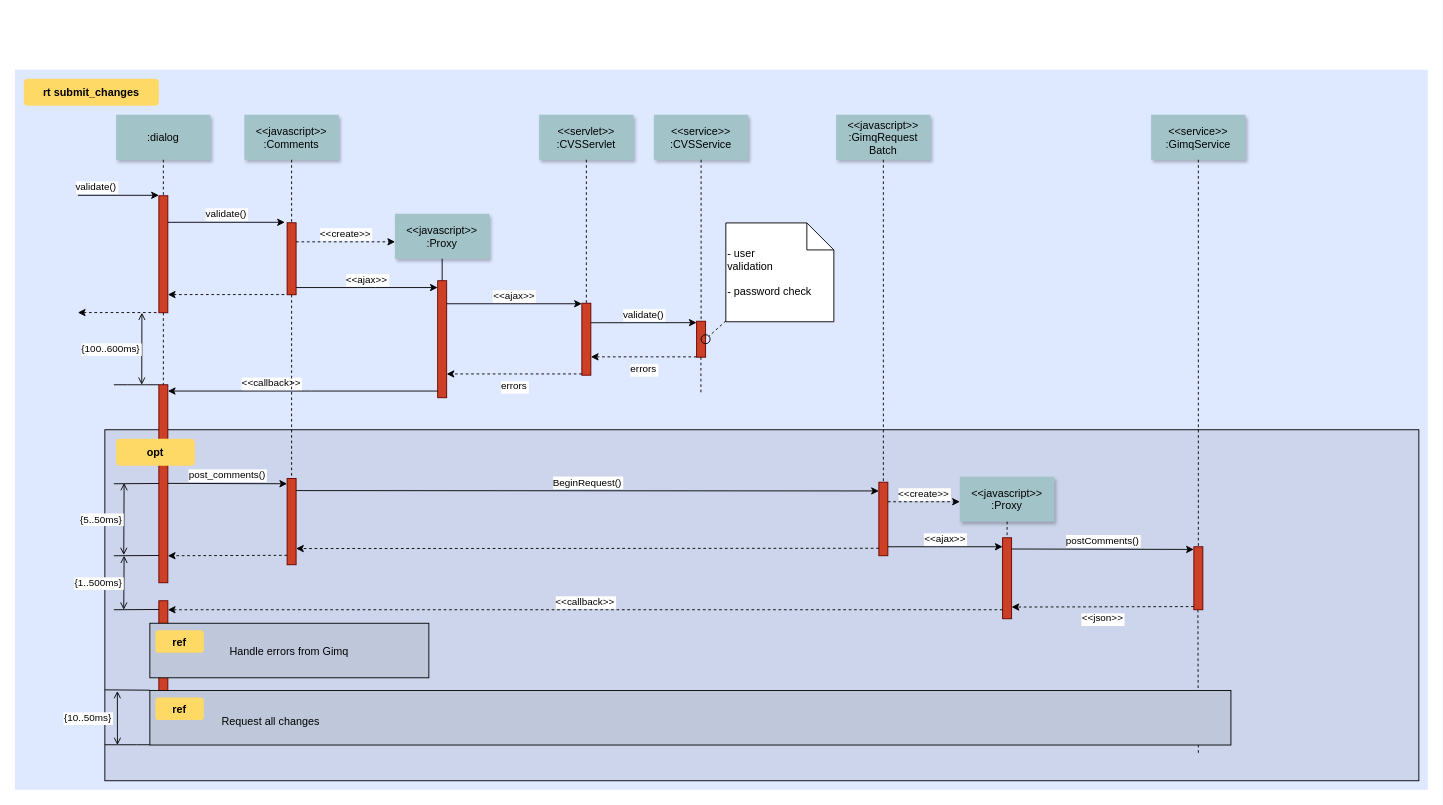
Earlier version of the draw.io diagram Untitled Diagram.drawio (221770490011111/bhy). Source tidied: cells renumbered, new cells numbered last; positions are measured from the earlier drawing's top-left corner, leaving out a move shared by most shapes. Both pictures are drawn from the tidied source at 90%, with x=0, y=0 at pixel (14, 69).
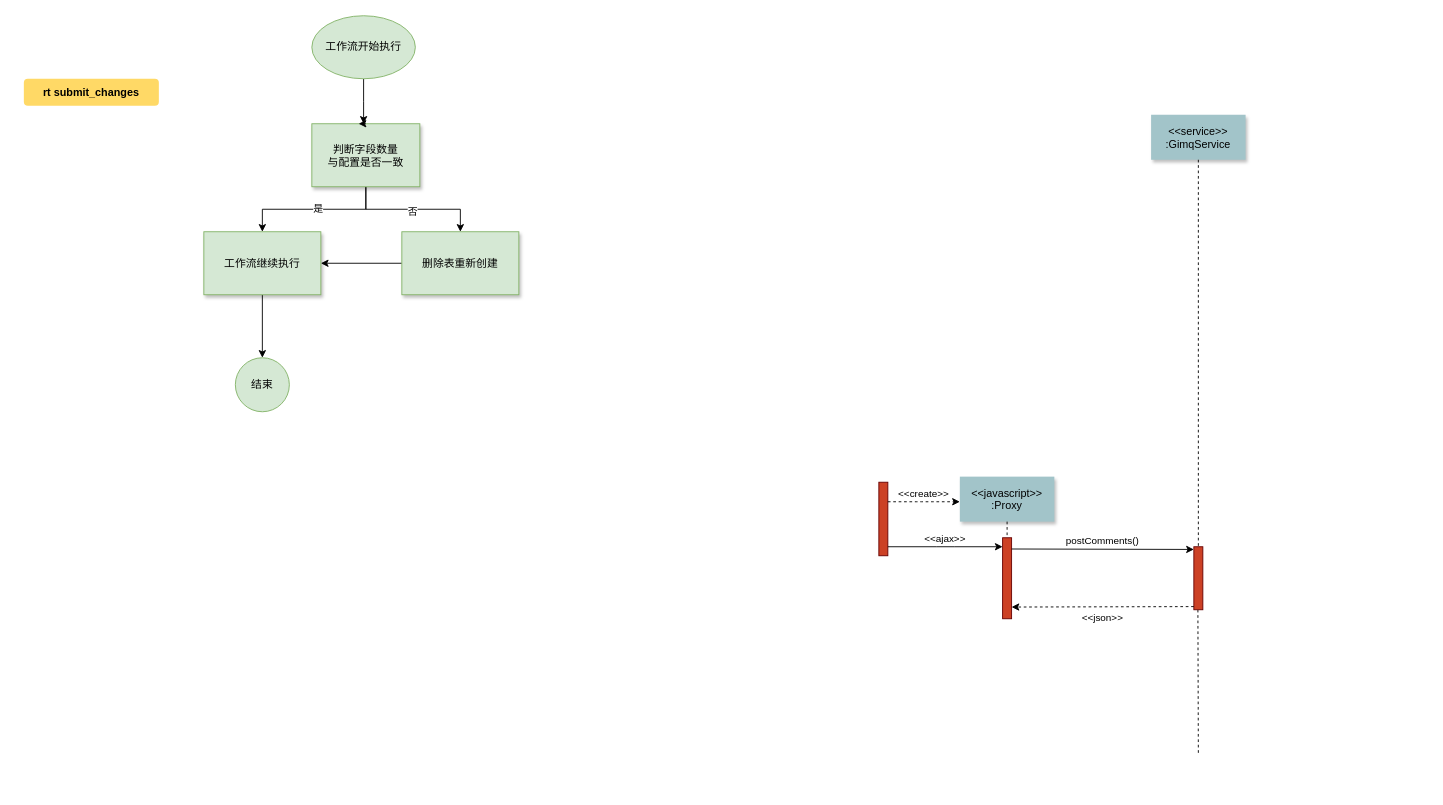
Above is the later version.

The change refers to these unchanged cells:
```xml
<mxCell id="41" style="fillColor=#CC4125;strokeColor=#660000;" parent="1" vertex="1">
  <mxGeometry x="960" y="458.3" width="10" height="81.7" as="geometry" />
</mxCell>
<mxCell id="49" style="fillColor=#CC4125;strokeColor=#660000;" parent="1" vertex="1">
  <mxGeometry x="1097.5" y="520" width="10" height="90" as="geometry" />
</mxCell>
```

The edit, as a diff of the source:
```diff
@@
-    <mxCell id="2" style="fillColor=#DEE8FF;strokeColor=none;" parent="1" vertex="1">
-      <mxGeometry width="1570" height="800" as="geometry" />
-    </mxCell>
-    <mxCell id="3" style="fillColor=#CCD5EB;" parent="1" vertex="1">
-      <mxGeometry x="100" y="400" width="1460" height="390" as="geometry" />
-    </mxCell>
@@
-    <mxCell id="5" style="fillColor=#CC4125;strokeColor=#660000;" parent="1" vertex="1">
-      <mxGeometry x="160" y="140" width="10" height="130" as="geometry" />
-    </mxCell>
-    <mxCell id="6" value="validate()" style="edgeStyle=none;verticalLabelPosition=top;verticalAlign=bottom;labelPosition=left;align=right;" parent="1" edge="1">
-      <mxGeometry x="110" y="49.5" as="geometry">
-        <mxPoint x="70" y="139.5" as="sourcePoint" />
-        <mxPoint x="160" y="139.5" as="targetPoint" />
-      </mxGeometry>
-    </mxCell>
-    <mxCell id="7" value=":dialog" style="shadow=1;fillColor=#A2C4C9;strokeColor=none;" parent="1" vertex="1">
-      <mxGeometry x="112.5" y="50" width="105" height="50" as="geometry" />
-    </mxCell>
-    <mxCell id="8" style="fillColor=#CC4125;strokeColor=#660000;" parent="1" vertex="1">
-      <mxGeometry x="302.5" y="170" width="10" height="80" as="geometry" />
-    </mxCell>
-    <mxCell id="9" value="&lt;&lt;javascript&gt;&gt;&#10;:Comments" style="shadow=1;fillColor=#A2C4C9;strokeColor=none;" parent="1" vertex="1">
-      <mxGeometry x="255" y="50" width="105" height="50" as="geometry" />
-    </mxCell>
-    <mxCell id="10" style="edgeStyle=none;endArrow=none;dashed=1;" parent="1" edge="1" source="9" target="8">
-      <mxGeometry x="272.3" y="165" as="geometry" />
-    </mxCell>
-    <mxCell id="11" value="validate()" style="edgeStyle=none;verticalLabelPosition=top;verticalAlign=bottom;" parent="1" edge="1">
-      <mxGeometry x="220" y="92" as="geometry">
-        <mxPoint x="170" y="169.5" as="sourcePoint" />
-        <mxPoint x="300" y="169.5" as="targetPoint" />
-      </mxGeometry>
-    </mxCell>
-    <mxCell id="12" style="edgeStyle=none;verticalLabelPosition=top;verticalAlign=bottom;endArrow=none;startArrow=classic;dashed=1;" parent="1" edge="1">
-      <mxGeometry x="220" y="172.3" as="geometry">
-        <mxPoint x="170" y="249.8" as="sourcePoint" />
-        <mxPoint x="300" y="249.8" as="targetPoint" />
-      </mxGeometry>
-    </mxCell>
-    <mxCell id="13" style="edgeStyle=none;verticalLabelPosition=top;verticalAlign=bottom;labelPosition=left;align=right;endArrow=none;startArrow=classic;dashed=1;" parent="1" edge="1">
-      <mxGeometry x="110" y="179.8" as="geometry">
-        <mxPoint x="70" y="269.8" as="sourcePoint" />
-        <mxPoint x="160" y="269.8" as="targetPoint" />
-      </mxGeometry>
-    </mxCell>
-    <mxCell id="14" value="&lt;&lt;create&gt;&gt;" style="edgeStyle=none;verticalLabelPosition=top;verticalAlign=bottom;dashed=1;" parent="1" edge="1">
-      <mxGeometry x="385.5" y="113.9" as="geometry">
-        <mxPoint x="312.5" y="191.2" as="sourcePoint" />
-        <mxPoint x="422.5" y="191.2" as="targetPoint" />
-      </mxGeometry>
-    </mxCell>
-    <mxCell id="15" value="&lt;&lt;javascript&gt;&gt;&#10;:Proxy" style="shadow=1;fillColor=#A2C4C9;strokeColor=none;" parent="1" vertex="1">
-      <mxGeometry x="422.3" y="160" width="105" height="50" as="geometry" />
-    </mxCell>
-    <mxCell id="16" style="edgeStyle=none;endArrow=none;" parent="1" edge="1" source="15" target="17">
-      <mxGeometry x="437" y="270" as="geometry" />
-    </mxCell>
-    <mxCell id="17" style="fillColor=#CC4125;strokeColor=#660000;" parent="1" vertex="1">
-      <mxGeometry x="469.8" y="234.4" width="10" height="130" as="geometry" />
-    </mxCell>
-    <mxCell id="18" value="&lt;&lt;ajax&gt;&gt;" style="edgeStyle=elbowEdgeStyle;elbow=vertical;verticalLabelPosition=top;verticalAlign=bottom;" parent="1" edge="1" source="8" target="17">
-      <mxGeometry x="350" y="290" as="geometry" />
-    </mxCell>
-    <mxCell id="19" style="fillColor=#CC4125;strokeColor=#660000;" parent="1" vertex="1">
-      <mxGeometry x="630" y="259.4" width="10" height="80" as="geometry" />
-    </mxCell>
+    <mxCell id="75" style="edgeStyle=orthogonalEdgeStyle;rounded=0;jettySize=auto;html=1;entryX=0.5;entryY=0;entryDx=0;entryDy=0;" parent="1" edge="1" source="20" target="82">
+      <mxGeometry relative="1" as="geometry" />
+    </mxCell>
+    <mxCell id="76" value="是" style="edgeLabel;html=1;align=center;verticalAlign=middle;" parent="75" vertex="1">
+      <mxGeometry x="-0.04" y="-1" relative="1" as="geometry" />
+    </mxCell>
+    <mxCell id="77" style="edgeStyle=orthogonalEdgeStyle;rounded=0;jettySize=auto;html=1;entryX=0.5;entryY=0;entryDx=0;entryDy=0;" parent="1" edge="1" source="20" target="85">
+      <mxGeometry relative="1" as="geometry" />
+    </mxCell>
+    <mxCell id="78" value="否" style="edgeLabel;html=1;align=center;verticalAlign=middle;" parent="77" vertex="1">
+      <mxGeometry x="-0.02" y="-2" relative="1" as="geometry" />
+    </mxCell>
-    <mxCell id="20" value="&lt;&lt;servlet&gt;&gt;&#10;:CVSServlet" style="shadow=1;fillColor=#A2C4C9;strokeColor=none;" parent="1" vertex="1">
-      <mxGeometry x="582.5" y="50" width="105" height="50" as="geometry" />
+    <mxCell id="20" value="判断字段数量&#10;与配置是否一致" style="shadow=1;fillColor=#d5e8d4;strokeColor=#82b366;" parent="1" vertex="1">
+      <mxGeometry x="330" y="60" width="120" height="70" as="geometry" />
     </mxCell>
-    <mxCell id="21" style="edgeStyle=none;endArrow=none;dashed=1;" parent="1" edge="1" source="20" target="19">
-      <mxGeometry x="614.5" y="175" as="geometry" />
-    </mxCell>
-    <mxCell id="22" value="&lt;&lt;service&gt;&gt;&#10;:CVSService" style="shadow=1;fillColor=#A2C4C9;strokeColor=none;" parent="1" vertex="1">
-      <mxGeometry x="710" y="50" width="105" height="50" as="geometry" />
-    </mxCell>
-    <mxCell id="23" style="edgeStyle=none;endArrow=none;dashed=1;" parent="1" edge="1" source="22" target="24">
-      <mxGeometry x="727.3" y="165" as="geometry" />
-    </mxCell>
-    <mxCell id="24" style="fillColor=#CC4125;strokeColor=#660000;" parent="1" vertex="1">
-      <mxGeometry x="757.5" y="279.4" width="10" height="40" as="geometry" />
-    </mxCell>
-    <mxCell id="25" value="&lt;&lt;ajax&gt;&gt;" style="edgeStyle=elbowEdgeStyle;elbow=vertical;verticalLabelPosition=top;verticalAlign=bottom;" parent="1" edge="1" source="17" target="19">
-      <mxGeometry x="540" y="270" as="geometry">
-        <Array as="points">
-          <mxPoint x="550" y="260" />
-        </Array>
-      </mxGeometry>
-    </mxCell>
-    <mxCell id="26" value="errors" style="edgeStyle=elbowEdgeStyle;elbow=vertical;dashed=1;verticalLabelPosition=bottom;verticalAlign=top;" parent="1" edge="1" source="19" target="17">
-      <mxGeometry x="550" y="280" as="geometry">
-        <Array as="points">
-          <mxPoint x="553" y="338" />
-        </Array>
-      </mxGeometry>
-    </mxCell>
-    <mxCell id="27" value="&lt;&lt;javascript&gt;&gt;&#10;:GimqRequest&#10;Batch" style="shadow=1;fillColor=#A2C4C9;strokeColor=none;" parent="1" vertex="1">
-      <mxGeometry x="912.5" y="50" width="105" height="50" as="geometry" />
-    </mxCell>
-    <mxCell id="28" style="edgeStyle=elbowEdgeStyle;elbow=horizontal;endArrow=none;dashed=1;" parent="1" edge="1" source="7" target="5">
-      <mxGeometry x="230" y="310" as="geometry" />
-    </mxCell>
-    <mxCell id="29" value="validate()" style="edgeStyle=elbowEdgeStyle;elbow=vertical;verticalLabelPosition=top;verticalAlign=bottom;" parent="1" edge="1">
-      <mxGeometry x="550" y="261.7" as="geometry">
-        <mxPoint x="640" y="281.1" as="sourcePoint" />
-        <mxPoint x="757.5" y="281.1" as="targetPoint" />
-      </mxGeometry>
-    </mxCell>
-    <mxCell id="30" value="errors" style="edgeStyle=elbowEdgeStyle;elbow=vertical;dashed=1;verticalLabelPosition=bottom;verticalAlign=top;" parent="1" edge="1">
-      <mxGeometry x="560" y="309.7" as="geometry">
-        <mxPoint x="757.5" y="319" as="sourcePoint" />
-        <mxPoint x="640" y="319" as="targetPoint" />
-      </mxGeometry>
-    </mxCell>
-    <mxCell id="31" style="edgeStyle=elbowEdgeStyle;elbow=horizontal;endArrow=none;dashed=1;" parent="1" edge="1">
-      <mxGeometry x="932.3" y="240" as="geometry">
-        <mxPoint x="762.3" y="319.4" as="sourcePoint" />
-        <mxPoint x="762.3" y="360" as="targetPoint" />
-        <Array as="points">
-          <mxPoint x="762.3" y="340" />
-        </Array>
-      </mxGeometry>
-    </mxCell>
-    <mxCell id="32" style="ellipse;fillColor=none;" parent="1" vertex="1">
-      <mxGeometry x="762.5" y="294.4" width="10" height="10" as="geometry" />
-    </mxCell>
-    <mxCell id="33" value=" - user&#10; validation&#10;&#10; - password check" style="shape=note;align=left;" parent="1" vertex="1">
-      <mxGeometry x="790" y="170.2" width="120" height="109.8" as="geometry" />
-    </mxCell>
-    <mxCell id="34" style="edgeStyle=none;endArrow=none;dashed=1;" parent="1" edge="1" source="33" target="32">
-      <mxGeometry x="1030" y="180" as="geometry" />
-    </mxCell>
-    <mxCell id="35" style="fillColor=#CC4125;strokeColor=#660000;" parent="1" vertex="1">
-      <mxGeometry x="160" y="350" width="10" height="220" as="geometry" />
-    </mxCell>
-    <mxCell id="36" value="             &lt;&lt;callback&gt;&gt;                                " style="edgeStyle=elbowEdgeStyle;elbow=vertical;dashed=0;verticalLabelPosition=top;verticalAlign=bottom;align=right;" parent="1" edge="1" source="17" target="35">
-      <mxGeometry x="190" y="329.8" as="geometry" />
-    </mxCell>
-    <mxCell id="37" style="edgeStyle=none;dashed=1;endArrow=none;" parent="1" edge="1" source="5" target="35">
-      <mxGeometry x="50" y="300" as="geometry" />
-    </mxCell>
-    <mxCell id="38" style="edgeStyle=elbowEdgeStyle;elbow=vertical;endArrow=none;" parent="1" edge="1" source="35">
-      <mxGeometry x="60" y="310" as="geometry">
-        <mxPoint x="110" y="350" as="targetPoint" />
-      </mxGeometry>
-    </mxCell>
-    <mxCell id="39" value="{100..600ms}" style="edgeStyle=elbowEdgeStyle;elbow=horizontal;startArrow=open;endArrow=open;labelPosition=left;align=right;" parent="1" edge="1">
-      <mxGeometry x="61.2" y="290" as="geometry">
-        <mxPoint x="141.2" y="270" as="sourcePoint" />
-        <mxPoint x="141.2" y="350" as="targetPoint" />
-      </mxGeometry>
-    </mxCell>
-    <mxCell id="40" style="fillColor=#CC4125;strokeColor=#660000;" parent="1" vertex="1">
-      <mxGeometry x="302.5" y="454.2" width="10" height="95.8" as="geometry" />
-    </mxCell>
@@
-    <mxCell id="42" style="edgeStyle=none;endArrow=none;dashed=1;" parent="1" edge="1" source="27" target="41">
-      <mxGeometry x="956.6" y="205" as="geometry" />
-    </mxCell>
-    <mxCell id="43" value="post_comments()" style="edgeStyle=elbowEdgeStyle;elbow=vertical;verticalLabelPosition=top;verticalAlign=bottom;" parent="1" edge="1">
-      <mxGeometry x="212.5" y="469.6" as="geometry">
-        <mxPoint x="170" y="459.6" as="sourcePoint" />
-        <mxPoint x="302.5" y="459.6" as="targetPoint" />
-      </mxGeometry>
-    </mxCell>
-    <mxCell id="44" style="edgeStyle=none;endArrow=none;dashed=1;" parent="1" edge="1" source="8" target="40">
-      <mxGeometry x="376.6" y="339.7" as="geometry" />
-    </mxCell>
-    <mxCell id="45" value="BeginRequest()" style="edgeStyle=elbowEdgeStyle;elbow=vertical;verticalLabelPosition=top;verticalAlign=bottom;" parent="1" edge="1">
-      <mxGeometry x="530" y="436.8" as="geometry">
-        <mxPoint x="312.5" y="467.6" as="sourcePoint" />
-        <mxPoint x="960" y="467.6" as="targetPoint" />
-      </mxGeometry>
-    </mxCell>
-    <mxCell id="46" style="edgeStyle=elbowEdgeStyle;elbow=vertical;dashed=1;verticalLabelPosition=bottom;verticalAlign=top;" parent="1" edge="1">
-      <mxGeometry x="530" y="549.1" as="geometry">
-        <mxPoint x="960" y="531.7" as="sourcePoint" />
-        <mxPoint x="312.5" y="531.7" as="targetPoint" />
-      </mxGeometry>
-    </mxCell>
@@
-    <mxCell id="57" style="fillColor=#CC4125;strokeColor=#660000;" parent="1" vertex="1">
-      <mxGeometry x="160" y="590" width="10" height="130" as="geometry" />
-    </mxCell>
-    <mxCell id="58" style="edgeStyle=elbowEdgeStyle;elbow=vertical;dashed=1;verticalLabelPosition=bottom;verticalAlign=top;" parent="1" edge="1">
-      <mxGeometry x="507.5" y="664.3" as="geometry">
-        <mxPoint x="302.5" y="539.5" as="sourcePoint" />
-        <mxPoint x="170" y="539.5" as="targetPoint" />
-      </mxGeometry>
-    </mxCell>
-    <mxCell id="59" value="&lt;&lt;callback&gt;&gt;" style="edgeStyle=elbowEdgeStyle;elbow=vertical;dashed=1;verticalLabelPosition=bottom;verticalAlign=bottom;" parent="1" edge="1" source="49" target="57">
-      <mxGeometry x="540" y="559.1" as="geometry" />
-    </mxCell>
@@
-    <mxCell id="61" value="opt" style="rounded=1;fontStyle=1;fillColor=#FFD966;strokeColor=none;" parent="1" vertex="1">
-      <mxGeometry x="112.5" y="410" width="87.5" height="30" as="geometry" />
-    </mxCell>
-    <mxCell id="62" value="Handle errors from Gimq" style="fillColor=#BFC8DB;" parent="1" vertex="1">
-      <mxGeometry x="150" y="615" width="310" height="60.6" as="geometry" />
-    </mxCell>
-    <mxCell id="63" value="ref" style="rounded=1;fontStyle=1;fillColor=#FFD966;strokeColor=none;" parent="1" vertex="1">
-      <mxGeometry x="156.2" y="622.9" width="53.8" height="25" as="geometry" />
-    </mxCell>
-    <mxCell id="64" style="align=left;fillColor=#BFC8DB;" parent="1" vertex="1">
-      <mxGeometry x="150" y="689.7" width="1201.2" height="60.6" as="geometry" />
-    </mxCell>
-    <mxCell id="65" value="ref" style="rounded=1;fontStyle=1;fillColor=#FFD966;strokeColor=none;" parent="1" vertex="1">
-      <mxGeometry x="156.2" y="697.6" width="53.8" height="25" as="geometry" />
-    </mxCell>
-    <mxCell id="66" value="Request all changes" style="text;align=left;" parent="1" vertex="1">
-      <mxGeometry x="228.1" y="710.1" width="351.8" height="26" as="geometry" />
-    </mxCell>
-    <mxCell id="67" style="edgeStyle=elbowEdgeStyle;elbow=vertical;endArrow=none;" parent="1" edge="1">
-      <mxGeometry x="60" y="419.7" as="geometry">
-        <mxPoint x="160" y="459.7" as="sourcePoint" />
-        <mxPoint x="110" y="459.7" as="targetPoint" />
-      </mxGeometry>
-    </mxCell>
-    <mxCell id="68" style="edgeStyle=elbowEdgeStyle;elbow=vertical;endArrow=none;" parent="1" edge="1">
-      <mxGeometry x="60" y="499.7" as="geometry">
-        <mxPoint x="160" y="539.7" as="sourcePoint" />
-        <mxPoint x="110" y="539.7" as="targetPoint" />
-      </mxGeometry>
-    </mxCell>
-    <mxCell id="69" style="edgeStyle=elbowEdgeStyle;elbow=vertical;endArrow=none;" parent="1" edge="1">
-      <mxGeometry x="60" y="559.7" as="geometry">
-        <mxPoint x="160" y="599.7" as="sourcePoint" />
-        <mxPoint x="110" y="599.7" as="targetPoint" />
-      </mxGeometry>
-    </mxCell>
-    <mxCell id="70" style="edgeStyle=elbowEdgeStyle;elbow=vertical;endArrow=none;" parent="1" edge="1">
-      <mxGeometry x="50" y="649.4" as="geometry">
-        <mxPoint x="150" y="689.4" as="sourcePoint" />
-        <mxPoint x="100" y="689.4" as="targetPoint" />
-      </mxGeometry>
-    </mxCell>
-    <mxCell id="71" style="edgeStyle=elbowEdgeStyle;elbow=vertical;endArrow=none;" parent="1" edge="1">
-      <mxGeometry x="50" y="710" as="geometry">
-        <mxPoint x="150" y="750" as="sourcePoint" />
-        <mxPoint x="100" y="750" as="targetPoint" />
-      </mxGeometry>
-    </mxCell>
-    <mxCell id="72" value="{5..50ms}" style="edgeStyle=elbowEdgeStyle;elbow=horizontal;startArrow=open;endArrow=open;labelPosition=left;align=right;" parent="1" edge="1">
-      <mxGeometry x="41.4" y="479.2" as="geometry">
-        <mxPoint x="121.4" y="459.2" as="sourcePoint" />
-        <mxPoint x="121.4" y="539.2" as="targetPoint" />
-      </mxGeometry>
-    </mxCell>
-    <mxCell id="73" value="{1..500ms}" style="edgeStyle=elbowEdgeStyle;elbow=horizontal;startArrow=open;endArrow=open;labelPosition=left;align=right;" parent="1" edge="1">
-      <mxGeometry x="42.9" y="560" as="geometry">
-        <mxPoint x="121.4" y="540" as="sourcePoint" />
-        <mxPoint x="121.4" y="600" as="targetPoint" />
-      </mxGeometry>
-    </mxCell>
-    <mxCell id="74" value="{10..50ms}" style="edgeStyle=elbowEdgeStyle;elbow=horizontal;startArrow=open;endArrow=open;labelPosition=left;align=right;" parent="1" edge="1">
-      <mxGeometry as="geometry">
-        <mxPoint x="113.9" y="690.3" as="sourcePoint" />
-        <mxPoint x="113.9" y="750.3" as="targetPoint" />
-        <mxPoint x="-4.2" y="-0.3" as="offset" />
-      </mxGeometry>
-    </mxCell>
+    <mxCell id="79" style="edgeStyle=orthogonalEdgeStyle;rounded=0;jettySize=auto;html=1;" parent="1" edge="1" source="80">
+      <mxGeometry relative="1" as="geometry">
+        <mxPoint x="387.5" y="60" as="targetPoint" />
+      </mxGeometry>
+    </mxCell>
+    <mxCell id="80" value="工作流开始执行" style="ellipse;whiteSpace=wrap;html=1;fillColor=#d5e8d4;strokeColor=#82b366;" parent="1" vertex="1">
+      <mxGeometry x="330" y="-60" width="115" height="70" as="geometry" />
+    </mxCell>
+    <mxCell id="81" style="edgeStyle=orthogonalEdgeStyle;rounded=0;jettySize=auto;html=1;entryX=0.5;entryY=0;entryDx=0;entryDy=0;" parent="1" edge="1" source="82" target="86">
+      <mxGeometry relative="1" as="geometry" />
+    </mxCell>
+    <mxCell id="82" value="工作流继续执行" style="shadow=1;fillColor=#d5e8d4;strokeColor=#82b366;" parent="1" vertex="1">
+      <mxGeometry x="210" y="180" width="130" height="70" as="geometry" />
+    </mxCell>
+    <mxCell id="83" style="edgeStyle=orthogonalEdgeStyle;rounded=0;orthogonalLoop=1;jettySize=auto;html=1;exitX=0.5;exitY=0;exitDx=0;exitDy=0;entryX=0.433;entryY=0.014;entryDx=0;entryDy=0;entryPerimeter=0;" parent="1" edge="1" source="20" target="20">
+      <mxGeometry relative="1" as="geometry" />
+    </mxCell>
+    <mxCell id="84" style="edgeStyle=orthogonalEdgeStyle;rounded=0;jettySize=auto;html=1;entryX=1;entryY=0.5;entryDx=0;entryDy=0;" parent="1" edge="1" source="85" target="82">
+      <mxGeometry relative="1" as="geometry" />
+    </mxCell>
+    <mxCell id="85" value="删除表重新创建" style="shadow=1;fillColor=#d5e8d4;strokeColor=#82b366;" parent="1" vertex="1">
+      <mxGeometry x="430" y="180" width="130" height="70" as="geometry" />
+    </mxCell>
+    <mxCell id="86" value="结束" style="ellipse;whiteSpace=wrap;html=1;fillColor=#d5e8d4;strokeColor=#82b366;" parent="1" vertex="1">
+      <mxGeometry x="245" y="320" width="60" height="60" as="geometry" />
+    </mxCell>
```
